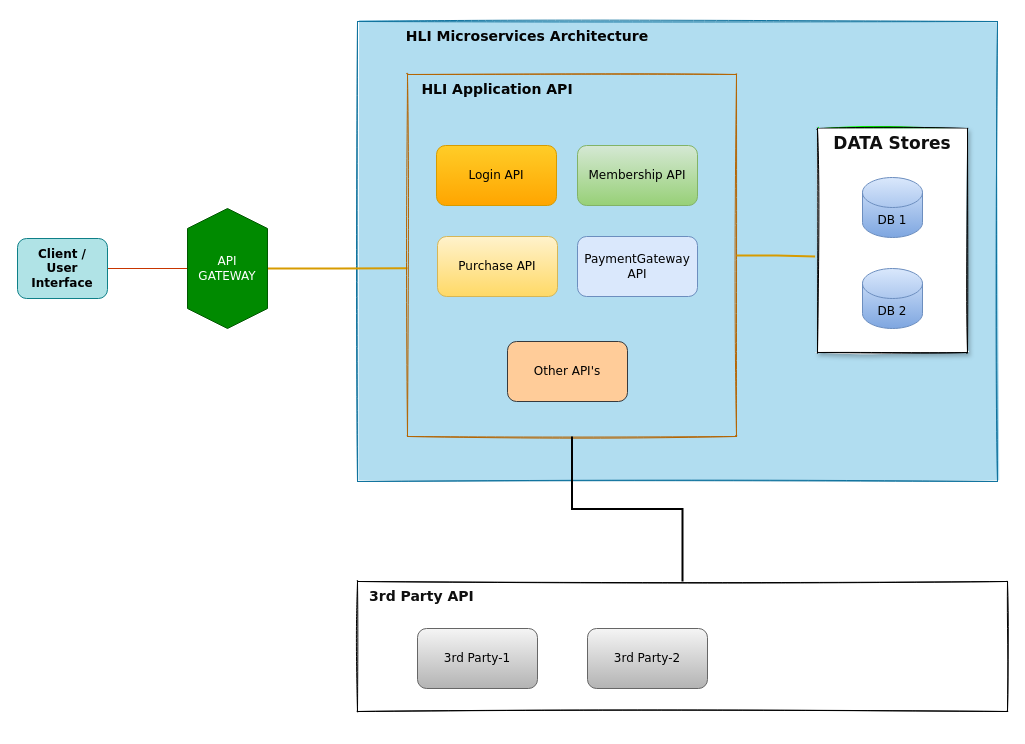
The draw.io diagram page "Microservice Design" (22 of 23) of datapool.drawio in gustianom/datapool, before the edit. Source tidied: cells renumbered, new cells numbered last; positions are measured from the earlier drawing's top-left corner, leaving out a move shared by most shapes. Both pictures are drawn from the tidied source at 100%, with x=0, y=0 at pixel (17, 21).
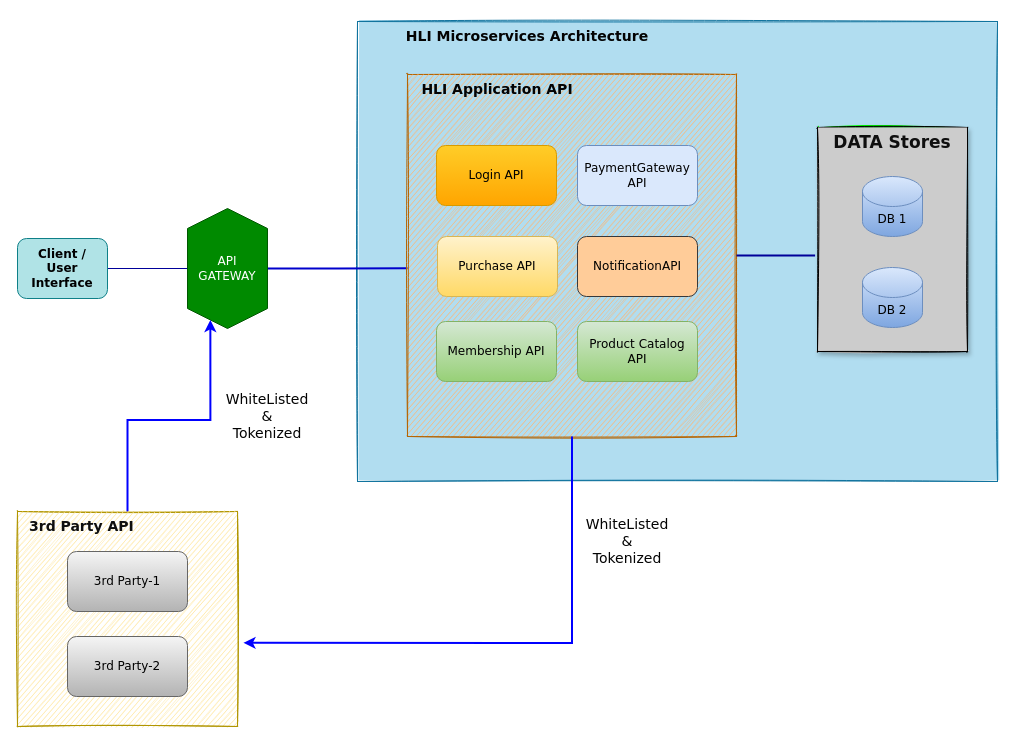
After the change.

The change refers to these unchanged cells:
```xml
<mxCell id="4" value="&lt;div&gt;Client / &lt;br&gt;&lt;/div&gt;&lt;div&gt;User Interface&lt;br&gt;&lt;/div&gt;" style="rounded=1;whiteSpace=wrap;html=1;fillColor=#b0e3e6;strokeColor=#0e8088;fontStyle=1;fontFamily=Verdana;" parent="1" vertex="1">
  <mxGeometry y="217" width="90" height="60" as="geometry" />
</mxCell>
<mxCell id="6" value="&lt;div&gt;API &lt;br&gt;&lt;/div&gt;&lt;div&gt;GATEWAY&lt;br&gt;&lt;/div&gt;" style="shape=hexagon;perimeter=hexagonPerimeter2;whiteSpace=wrap;html=1;fixedSize=1;fillColor=#008a00;fontColor=#ffffff;strokeColor=#005700;fontFamily=Verdana;direction=south;" parent="1" vertex="1">
  <mxGeometry x="170" y="187" width="80" height="120" as="geometry" />
</mxCell>
<mxCell id="11" style="swimlane;startSize=0;fontFamily=Verdana;fillColor=none;sketch=1;rounded=1;strokeColor=none;fillStyle=hachure;swimlaneFillColor=none;" parent="1" vertex="1">
  <mxGeometry x="340" width="620" height="450" as="geometry" />
</mxCell>
```

Diff of the diagram source:
```diff
@@
-    <mxCell id="3" style="edgeStyle=orthogonalEdgeStyle;rounded=0;jettySize=auto;html=1;fontFamily=Verdana;verticalAlign=top;endArrow=none;endFill=0;fillColor=#fa6800;strokeColor=#C73500;" parent="1" edge="1" source="4" target="6">
+    <mxCell id="3" style="edgeStyle=orthogonalEdgeStyle;rounded=0;jettySize=auto;html=1;fontFamily=Verdana;verticalAlign=top;endArrow=none;endFill=0;fillColor=#fa6800;strokeColor=#000099;" parent="1" edge="1" source="4" target="6">
       <mxGeometry relative="1" as="geometry" />
     </mxCell>
@@
-    <mxCell id="5" style="edgeStyle=orthogonalEdgeStyle;rounded=0;jettySize=auto;html=1;entryX=0;entryY=0.535;entryDx=0;entryDy=0;entryPerimeter=0;fontFamily=Verdana;startArrow=none;startFill=0;endArrow=none;endFill=0;strokeWidth=2;verticalAlign=top;fillColor=#ffcd28;gradientColor=#ffa500;strokeColor=#d79b00;" parent="1" edge="1" source="6" target="13">
+    <mxCell id="5" style="edgeStyle=orthogonalEdgeStyle;rounded=0;jettySize=auto;html=1;entryX=0;entryY=0.535;entryDx=0;entryDy=0;entryPerimeter=0;fontFamily=Verdana;startArrow=none;startFill=0;endArrow=none;endFill=0;strokeWidth=2;verticalAlign=top;fillColor=#ffcd28;gradientColor=#ffa500;strokeColor=#0000CC;" parent="1" edge="1" source="6" target="13">
       <mxGeometry relative="1" as="geometry" />
     </mxCell>
@@
+    <mxCell id="26" style="edgeStyle=orthogonalEdgeStyle;rounded=0;jettySize=auto;html=1;entryX=1;entryY=0.75;entryDx=0;entryDy=0;fontFamily=Verdana;fontSize=14;fontColor=#030303;startArrow=none;startFill=0;endArrow=classic;endFill=1;strokeWidth=2;verticalAlign=top;strokeColor=#0000FF;" parent="1" edge="1" source="7" target="6">
+      <mxGeometry relative="1" as="geometry" />
+    </mxCell>
-    <mxCell id="7" value=" " style="swimlane;startSize=0;fontFamily=Verdana;sketch=1;rounded=1;shadow=0;" parent="1" vertex="1">
-      <mxGeometry x="340" y="560" width="650" height="130" as="geometry" />
+    <mxCell id="7" value=" " style="swimlane;startSize=0;fontFamily=Verdana;sketch=1;rounded=1;shadow=0;fillColor=#e3c800;fontColor=#000000;strokeColor=#B09500;swimlaneFillColor=#FFE599;" parent="1" vertex="1">
+      <mxGeometry y="490" width="220" height="215" as="geometry" />
     </mxCell>
     <mxCell id="8" value="3rd Party-1" style="rounded=1;whiteSpace=wrap;html=1;fillColor=#f5f5f5;gradientColor=#b3b3b3;strokeColor=#666666;fontFamily=Verdana;" parent="7" vertex="1">
-      <mxGeometry x="60" y="47" width="120" height="60" as="geometry" />
+      <mxGeometry x="50" y="40" width="120" height="60" as="geometry" />
     </mxCell>
     <mxCell id="9" value="3rd Party-2" style="rounded=1;whiteSpace=wrap;html=1;fillColor=#f5f5f5;gradientColor=#b3b3b3;strokeColor=#666666;fontFamily=Verdana;" parent="7" vertex="1">
-      <mxGeometry x="230" y="47" width="120" height="60" as="geometry" />
+      <mxGeometry x="50" y="125" width="120" height="60" as="geometry" />
     </mxCell>
@@
-    <mxCell id="13" style="swimlane;startSize=0;fontFamily=Verdana;fillColor=#fad7ac;sketch=1;rounded=1;strokeColor=#b46504;" parent="11" vertex="1">
+    <mxCell id="13" style="swimlane;startSize=0;fontFamily=Verdana;fillColor=#fad7ac;sketch=1;rounded=1;strokeColor=#b46504;swimlaneFillColor=#FFB570;" parent="11" vertex="1">
       <mxGeometry x="50" y="53" width="329" height="362" as="geometry" />
     </mxCell>
@@
     <mxCell id="16" value="PaymentGateway API" style="rounded=1;whiteSpace=wrap;html=1;fillColor=#dae8fc;strokeColor=#6c8ebf;fontFamily=Verdana;" parent="13" vertex="1">
-      <mxGeometry x="170" y="162" width="120" height="60" as="geometry" />
+      <mxGeometry x="170" y="71" width="120" height="60" as="geometry" />
     </mxCell>
     <mxCell id="17" value="Membership API" style="rounded=1;whiteSpace=wrap;html=1;fillColor=#d5e8d4;gradientColor=#97d077;strokeColor=#82b366;fontFamily=Verdana;" parent="13" vertex="1">
-      <mxGeometry x="170" y="71" width="120" height="60" as="geometry" />
+      <mxGeometry x="29" y="247" width="120" height="60" as="geometry" />
     </mxCell>
@@
-    <mxCell id="19" value="Other API's" style="rounded=1;whiteSpace=wrap;html=1;fillColor=#ffcc99;strokeColor=#36393d;fontFamily=Verdana;" parent="13" vertex="1">
-      <mxGeometry x="100" y="267" width="120" height="60" as="geometry" />
+    <mxCell id="19" value="NotificationAPI" style="rounded=1;whiteSpace=wrap;html=1;fillColor=#ffcc99;strokeColor=#36393d;fontFamily=Verdana;" parent="13" vertex="1">
+      <mxGeometry x="170" y="162" width="120" height="60" as="geometry" />
     </mxCell>
+    <mxCell id="27" value="&lt;div&gt;Product Catalog&lt;/div&gt;&lt;div&gt;API&lt;br&gt;&lt;/div&gt;" style="rounded=1;whiteSpace=wrap;html=1;fillColor=#d5e8d4;gradientColor=#97d077;strokeColor=#82b366;fontFamily=Verdana;" parent="13" vertex="1">
+      <mxGeometry x="170" y="247" width="120" height="60" as="geometry" />
+    </mxCell>
-    <mxCell id="20" style="swimlane;startSize=0;fontFamily=Verdana;fillColor=#00FF00;swimlaneFillColor=default;rounded=1;shadow=1;sketch=1;glass=0;swimlaneLine=1;fillStyle=solid;fontColor=#99FFFF;" parent="11" vertex="1">
-      <mxGeometry x="460" y="107" width="150" height="224" as="geometry" />
+    <mxCell id="20" style="swimlane;startSize=0;fontFamily=Verdana;fillColor=#00FF00;swimlaneFillColor=#CCCCCC;rounded=1;shadow=1;sketch=1;glass=0;swimlaneLine=1;fillStyle=solid;fontColor=#99FFFF;" parent="11" vertex="1">
+      <mxGeometry x="460" y="106" width="150" height="224" as="geometry" />
     </mxCell>
@@
-    <mxCell id="24" style="edgeStyle=orthogonalEdgeStyle;rounded=0;jettySize=auto;html=1;entryX=-0.016;entryY=0.571;entryDx=0;entryDy=0;entryPerimeter=0;fontFamily=Verdana;startArrow=none;startFill=0;endArrow=none;endFill=0;strokeWidth=2;verticalAlign=top;fillColor=#ffcd28;gradientColor=#ffa500;strokeColor=#d79b00;" parent="11" edge="1" source="13" target="20">
+    <mxCell id="24" style="edgeStyle=orthogonalEdgeStyle;rounded=0;jettySize=auto;html=1;entryX=-0.016;entryY=0.571;entryDx=0;entryDy=0;entryPerimeter=0;fontFamily=Verdana;startArrow=none;startFill=0;endArrow=none;endFill=0;strokeWidth=2;verticalAlign=top;fillColor=#ffcd28;gradientColor=#ffa500;strokeColor=#000099;" parent="11" edge="1" source="13" target="20">
       <mxGeometry relative="1" as="geometry" />
     </mxCell>
-    <mxCell id="25" style="edgeStyle=orthogonalEdgeStyle;rounded=0;jettySize=auto;html=1;fontFamily=Verdana;fontSize=14;fontColor=#030303;startArrow=none;startFill=0;endArrow=none;endFill=0;strokeWidth=2;verticalAlign=top;" parent="1" edge="1" source="13" target="7">
-      <mxGeometry relative="1" as="geometry" />
-    </mxCell>
+    <mxCell id="28" value="WhiteListed &amp;amp; Tokenized" style="text;html=1;strokeColor=none;fillColor=none;align=center;verticalAlign=middle;whiteSpace=wrap;rounded=0;shadow=0;glass=0;labelBackgroundColor=none;sketch=0;fillStyle=zigzag;fontFamily=Verdana;fontSize=14;fontColor=#030303;" parent="1" vertex="1">
+      <mxGeometry x="580" y="505" width="60" height="30" as="geometry" />
+    </mxCell>
+    <mxCell id="29" style="edgeStyle=orthogonalEdgeStyle;rounded=0;jettySize=auto;html=1;fontFamily=Verdana;fontSize=14;fontColor=#030303;startArrow=classic;startFill=1;endArrow=none;endFill=0;strokeWidth=2;verticalAlign=top;exitX=1.027;exitY=0.611;exitDx=0;exitDy=0;exitPerimeter=0;strokeColor=#0000FF;" parent="1" edge="1" source="7" target="13">
+      <mxGeometry relative="1" as="geometry" />
+    </mxCell>
+    <mxCell id="30" value="WhiteListed &amp;amp; Tokenized" style="text;html=1;strokeColor=none;fillColor=none;align=center;verticalAlign=middle;whiteSpace=wrap;rounded=0;shadow=0;glass=0;labelBackgroundColor=none;sketch=0;fillStyle=zigzag;fontFamily=Verdana;fontSize=14;fontColor=#030303;" parent="1" vertex="1">
+      <mxGeometry x="220" y="380" width="60" height="30" as="geometry" />
+    </mxCell>
```
